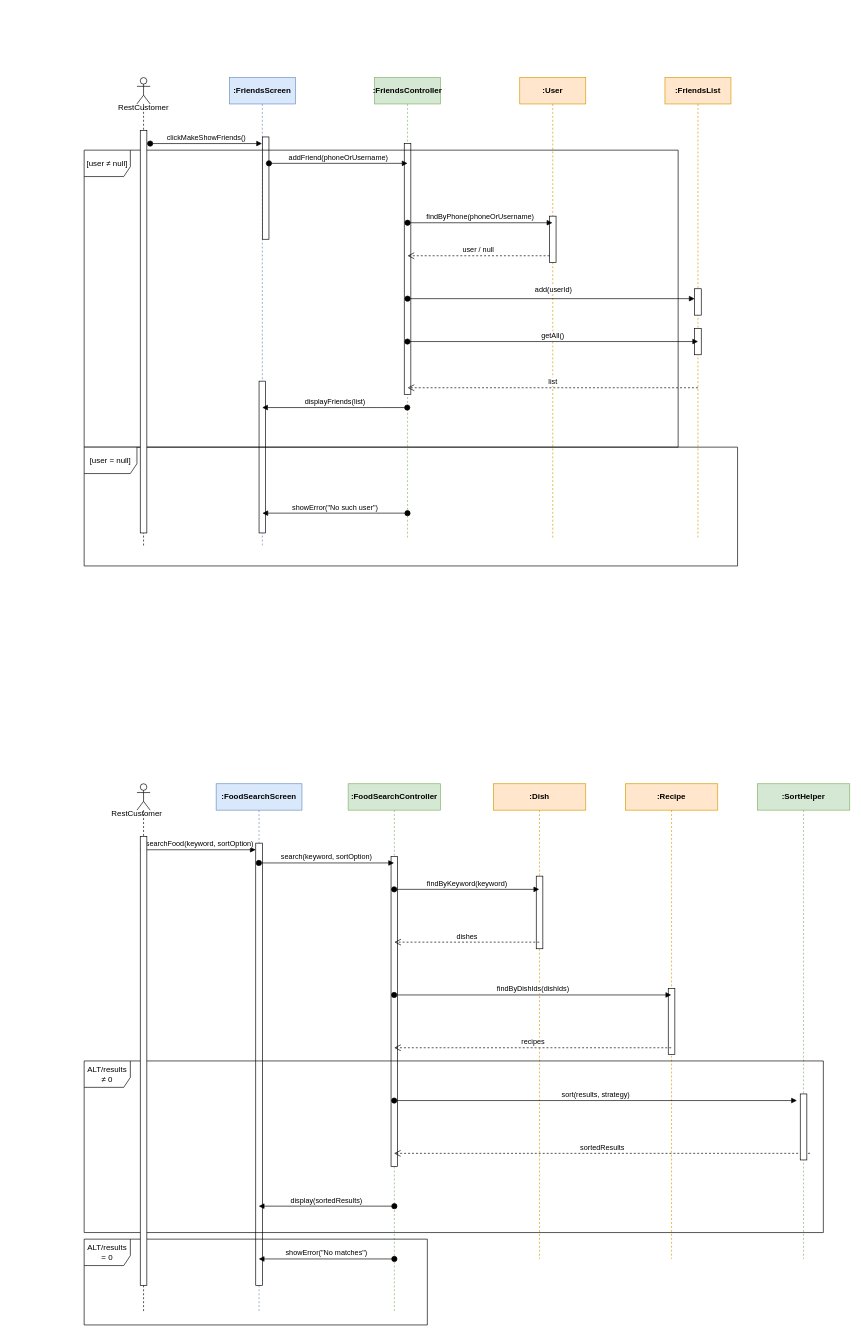
This is Delivarable3/SequenceDiagram/Sequence_diagram_xristos.drawio from TMCEID/SoftEngFishApp, a draw.io file, before an edit. Source tidied: cells renumbered, new cells numbered last; positions are measured from the earlier drawing's top-left corner, leaving out a move shared by most shapes. Both pictures are drawn from the tidied source at 66%, with x=0, y=0 at pixel (84, 77).
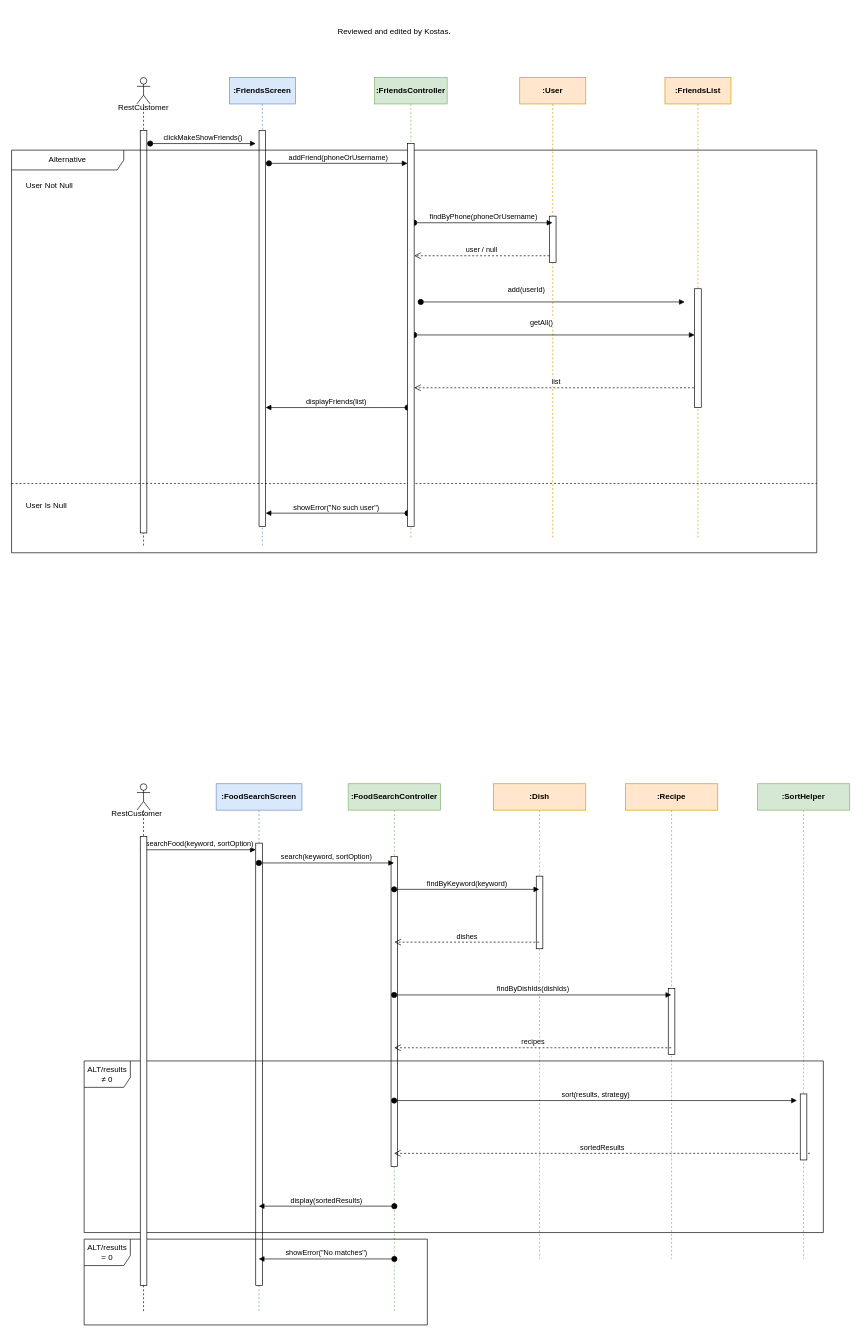
After the change.

Commit message:
Kostas:Update Make friends(NOT ready!)

Unchanged cells that the change refers to:
```xml
<mxCell id="2" value="&lt;strong&gt;:FriendsScreen&lt;/strong&gt;" style="shape=umlLifeline;perimeter=lifelinePerimeter;whiteSpace=wrap;html=1;newEdgeStyle={&quot;curved&quot;:0,&quot;rounded&quot;:0};fillColor=#dae8fc;strokeColor=#6c8ebf;" parent="1" vertex="1">
  <mxGeometry x="220" width="100" height="710" as="geometry" />
</mxCell>
<mxCell id="7" value="&lt;strong&gt;:FriendsList&lt;/strong&gt;" style="shape=umlLifeline;perimeter=lifelinePerimeter;whiteSpace=wrap;html=1;outlineConnect=0;portConstraint=eastwest;newEdgeStyle={&quot;curved&quot;:0,&quot;rounded&quot;:0};fillColor=#ffe6cc;strokeColor=#d79b00;" parent="1" vertex="1">
  <mxGeometry x="880" width="100" height="700" as="geometry" />
</mxCell>
<mxCell id="10" style="html=1;points=[[0,0,0,0,5],[0,1,0,0,-5],[1,0,0,0,5],[1,1,0,0,-5]];perimeter=orthogonalPerimeter;outlineConnect=0;targetShapes=umlLifeline;portConstraint=eastwest;newEdgeStyle={&quot;curved&quot;:0,&quot;rounded&quot;:0};" parent="9" vertex="1">
  <mxGeometry x="45" y="210" width="10" height="70" as="geometry" />
</mxCell>
```

The edit, as a diff of the source:
```diff
@@
     <mxCell id="3" style="html=1;points=[[0,0,0,0,5],[0,1,0,0,-5],[1,0,0,0,5],[1,1,0,0,-5]];perimeter=orthogonalPerimeter;outlineConnect=0;targetShapes=umlLifeline;portConstraint=eastwest;newEdgeStyle={&quot;curved&quot;:0,&quot;rounded&quot;:0};" parent="2" vertex="1">
-      <mxGeometry x="50" y="90" width="10" height="155" as="geometry" />
+      <mxGeometry x="45" y="80" width="10" height="600" as="geometry" />
     </mxCell>
-    <mxCell id="4" style="html=1;perimeter=orthogonalPerimeter;targetShapes=umlLifeline;newEdgeStyle={&quot;curved&quot;:0,&quot;rounded&quot;:0};" parent="2" vertex="1">
-      <mxGeometry x="45" y="460" width="10" height="230" as="geometry" />
-    </mxCell>
     <mxCell id="5" value="&lt;strong&gt;:FriendsController&lt;/strong&gt;" style="shape=umlLifeline;perimeter=lifelinePerimeter;whiteSpace=wrap;html=1;newEdgeStyle={&quot;curved&quot;:0,&quot;rounded&quot;:0};fillColor=#d5e8d4;strokeColor=#82b366;" parent="1" vertex="1">
-      <mxGeometry x="440" width="100" height="700" as="geometry" />
+      <mxGeometry x="440" width="110" height="700" as="geometry" />
     </mxCell>
-    <mxCell id="6" style="html=1;points=[[0,0,0,0,5],[0,1,0,0,-5],[1,0,0,0,5],[1,1,0,0,-5]];perimeter=orthogonalPerimeter;outlineConnect=0;targetShapes=umlLifeline;portConstraint=eastwest;newEdgeStyle={&quot;curved&quot;:0,&quot;rounded&quot;:0};" parent="5" vertex="1">
-      <mxGeometry x="45" y="100" width="10" height="380" as="geometry" />
-    </mxCell>
@@
-    <mxCell id="8" style="html=1;perimeter=orthogonalPerimeter;targetShapes=umlLifeline;newEdgeStyle={&quot;curved&quot;:0,&quot;rounded&quot;:0};" parent="7" vertex="1">
-      <mxGeometry x="45" y="380" width="10" height="40" as="geometry" />
-    </mxCell>
@@
     <mxCell id="11" value="clickMakeShowFriends()" style="html=1;verticalAlign=bottom;startArrow=oval;startFill=1;endArrow=block;startSize=8;curved=0;rounded=0;" parent="1" edge="1">
       <mxGeometry relative="1" as="geometry">
         <mxPoint x="100" y="100" as="sourcePoint" />
-        <mxPoint x="269.5" y="100" as="targetPoint" />
+        <mxPoint x="260" y="100" as="targetPoint" />
       </mxGeometry>
     </mxCell>
@@
-    <mxCell id="13" value="findByPhone(phoneOrUsername)" style="html=1;verticalAlign=bottom;startArrow=oval;startFill=1;endArrow=block;startSize=8;curved=0;rounded=0;" parent="1" edge="1">
+    <mxCell id="13" value="findByPhone(phoneOrUsername)" style="html=1;verticalAlign=bottom;startArrow=oval;startFill=1;endArrow=block;startSize=8;curved=0;rounded=0;" parent="1" edge="1" source="6">
       <mxGeometry relative="1" as="geometry">
-        <mxPoint x="490" y="220" as="sourcePoint" />
         <mxPoint x="709.5" y="220" as="targetPoint" />
       </mxGeometry>
     </mxCell>
-    <mxCell id="14" value="user / null" style="html=1;verticalAlign=bottom;endArrow=open;dashed=1;endSize=8;curved=0;rounded=0;" parent="1" edge="1" source="10">
-      <mxGeometry relative="1" as="geometry">
-        <mxPoint x="490" y="270" as="targetPoint" />
-      </mxGeometry>
-    </mxCell>
     <mxCell id="15" value="add(userId)" style="html=1;verticalAlign=bottom;startArrow=oval;startFill=1;endArrow=block;startSize=8;curved=0;rounded=0;" parent="1" edge="1" source="49" target="7">
-      <mxGeometry y="220" relative="1" as="geometry">
-        <mxPoint x="-219" y="-10" as="offset" />
+      <mxGeometry y="272" relative="1" as="geometry">
+        <mxPoint x="-260" y="-80" as="offset" />
       </mxGeometry>
     </mxCell>
-    <mxCell id="16" value="getAll()" style="html=1;verticalAlign=bottom;startArrow=oval;startFill=1;endArrow=block;startSize=8;curved=0;rounded=0;" parent="1" edge="1">
-      <mxGeometry relative="1" as="geometry">
-        <mxPoint x="489.8" y="400" as="sourcePoint" />
-        <mxPoint x="930.2" y="400" as="targetPoint" />
-      </mxGeometry>
+    <mxCell id="16" value="getAll()" style="html=1;verticalAlign=bottom;startArrow=oval;startFill=1;endArrow=block;startSize=8;curved=0;rounded=0;" parent="1" edge="1" source="6" target="49">
+      <mxGeometry x="-0.09" y="10" relative="1" as="geometry" />
     </mxCell>
-    <mxCell id="17" value="displayFriends(list)" style="html=1;verticalAlign=bottom;startArrow=oval;startFill=1;endArrow=block;startSize=8;curved=0;rounded=0;" parent="1" edge="1">
+    <mxCell id="17" value="displayFriends(list)" style="html=1;verticalAlign=bottom;startArrow=oval;startFill=1;endArrow=block;startSize=8;curved=0;rounded=0;" parent="1" edge="1" source="6" target="3">
       <mxGeometry relative="1" as="geometry">
-        <mxPoint x="489.5" y="500" as="sourcePoint" />
-        <mxPoint x="269.7" y="500" as="targetPoint" />
         <Array as="points">
           <mxPoint x="450" y="500" />
         </Array>
       </mxGeometry>
     </mxCell>
-    <mxCell id="18" value="list" style="html=1;verticalAlign=bottom;endArrow=open;dashed=1;endSize=8;curved=0;rounded=0;" parent="1" edge="1">
+    <mxCell id="18" value="list" style="html=1;verticalAlign=bottom;endArrow=open;dashed=1;endSize=8;curved=0;rounded=0;" parent="1" edge="1" target="6">
       <mxGeometry relative="1" as="geometry">
         <mxPoint x="929.9" y="470" as="sourcePoint" />
-        <mxPoint x="490.1" y="470" as="targetPoint" />
       </mxGeometry>
     </mxCell>
-    <mxCell id="19" value="[user ≠ null]" style="shape=umlFrame;whiteSpace=wrap;html=1;width=70;height=40;" parent="1" vertex="1">
-      <mxGeometry y="110" width="900" height="450" as="geometry" />
-    </mxCell>
-    <mxCell id="20" value="&lt;font&gt;[user = null]&lt;/font&gt;" style="shape=umlFrame;whiteSpace=wrap;html=1;width=80;height=40;" parent="1" vertex="1">
-      <mxGeometry y="560" width="990" height="180" as="geometry" />
-    </mxCell>
-    <mxCell id="21" value="showError(&quot;No such user&quot;)" style="html=1;verticalAlign=bottom;startArrow=oval;startFill=1;endArrow=block;startSize=8;curved=0;rounded=0;" parent="1" edge="1">
+    <mxCell id="21" value="showError(&quot;No such user&quot;)" style="html=1;verticalAlign=bottom;startArrow=oval;startFill=1;endArrow=block;startSize=8;curved=0;rounded=0;" parent="1" edge="1" source="6" target="3">
       <mxGeometry relative="1" as="geometry">
-        <mxPoint x="489.9" y="660" as="sourcePoint" />
-        <mxPoint x="270.1" y="660" as="targetPoint" />
         <Array as="points">
           <mxPoint x="450.4" y="660" />
         </Array>
       </mxGeometry>
     </mxCell>
@@
-    <mxCell id="48" style="html=1;verticalAlign=bottom;startArrow=oval;startFill=1;endArrow=block;startSize=8;curved=0;rounded=0;" parent="1" edge="1" target="49">
-      <mxGeometry relative="1" as="geometry">
-        <mxPoint x="490" y="335" as="sourcePoint" />
-      </mxGeometry>
-    </mxCell>
     <mxCell id="49" style="html=1;points=[[0,0,0,0,5],[0,1,0,0,-5],[1,0,0,0,5],[1,1,0,0,-5]];perimeter=orthogonalPerimeter;outlineConnect=0;targetShapes=umlLifeline;portConstraint=eastwest;newEdgeStyle={&quot;curved&quot;:0,&quot;rounded&quot;:0};" parent="1" vertex="1">
-      <mxGeometry x="925" y="320" width="10" height="40" as="geometry" />
+      <mxGeometry x="925" y="320" width="10" height="180" as="geometry" />
     </mxCell>
@@
+    <mxCell id="52" value="Alternative" style="shape=umlFrame;whiteSpace=wrap;html=1;width=170;" parent="1" vertex="1">
+      <mxGeometry x="-110" y="110" width="1220" height="610" as="geometry" />
+    </mxCell>
+    <mxCell id="53" value="User Not Null" style="text;html=1;" parent="52" vertex="1">
+      <mxGeometry width="100" height="20" relative="1" as="geometry">
+        <mxPoint x="20" y="40" as="offset" />
+      </mxGeometry>
+    </mxCell>
+    <mxCell id="54" value="User Is Null" style="line;strokeWidth=1;dashed=1;labelPosition=center;verticalLabelPosition=bottom;align=left;verticalAlign=top;spacingLeft=20;spacingTop=15;html=1;whiteSpace=wrap;" parent="52" vertex="1">
+      <mxGeometry y="500" width="1220" height="10" as="geometry" />
+    </mxCell>
+    <mxCell id="6" style="html=1;points=[[0,0,0,0,5],[0,1,0,0,-5],[1,0,0,0,5],[1,1,0,0,-5]];perimeter=orthogonalPerimeter;outlineConnect=0;targetShapes=umlLifeline;portConstraint=eastwest;newEdgeStyle={&quot;curved&quot;:0,&quot;rounded&quot;:0};" parent="52" vertex="1">
+      <mxGeometry x="600" y="-10" width="10" height="580" as="geometry" />
+    </mxCell>
+    <mxCell id="48" style="html=1;verticalAlign=bottom;startArrow=oval;startFill=1;endArrow=block;startSize=8;curved=0;rounded=0;" parent="52" edge="1">
+      <mxGeometry relative="1" as="geometry">
+        <mxPoint x="620" y="230" as="sourcePoint" />
+        <mxPoint x="1020" y="230" as="targetPoint" />
+      </mxGeometry>
+    </mxCell>
+    <mxCell id="14" value="user / null" style="html=1;verticalAlign=bottom;endArrow=open;dashed=1;endSize=8;curved=0;rounded=0;" parent="52" edge="1">
+      <mxGeometry relative="1" as="geometry">
+        <mxPoint x="815" y="160" as="sourcePoint" />
+        <mxPoint x="610" y="160" as="targetPoint" />
+      </mxGeometry>
+    </mxCell>
+    <mxCell id="55" value="Reviewed and edited by Kostas." style="text;html=1;align=center;verticalAlign=middle;whiteSpace=wrap;rounded=0;" parent="1" vertex="1">
+      <mxGeometry x="260" y="-100" width="420" height="60" as="geometry" />
+    </mxCell>
```
